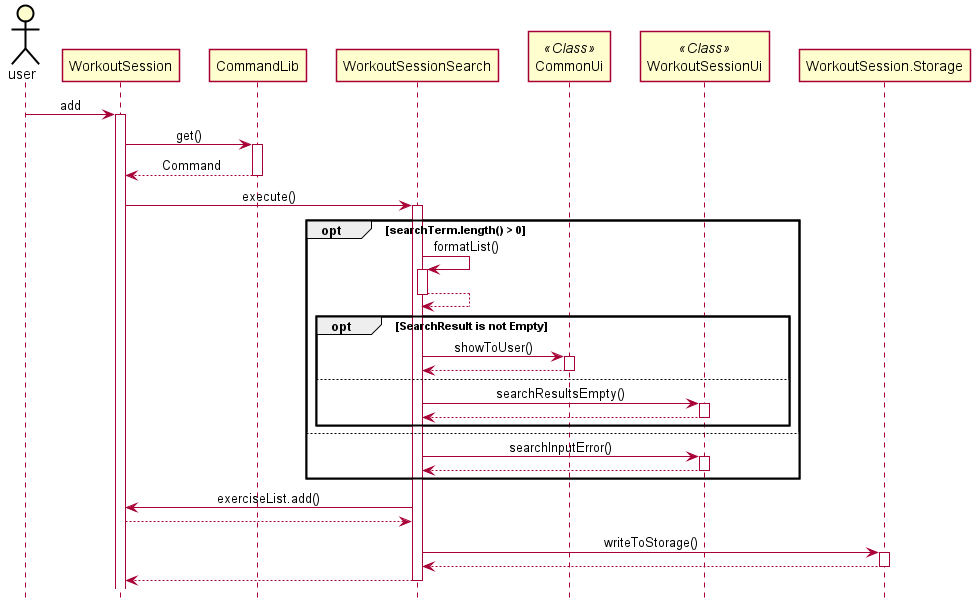
Above: docs/pictures/jinyang/WorkoutSessionSearch.png in zsk612/tp (PlantUML), before the change. Its diagram source:
```plantuml
@startuml





skinparam Class {
    FontColor #FFFFFF
    BorderThickness 1
    BorderColor #FFFFFF
    StereotypeFontColor #FFFFFF
    FontName Arial
}

skinparam Actor {
    BorderColor #000000
    Color #000000
    FontName Arial
}

skinparam Sequence {
    MessageAlign center
    BoxFontSize 13
    BoxPadding 0
    BoxFontColor #FFFFFF
    FontName Arial
}

skinparam Participant {
    Padding 20
}

skinparam MinClassWidth 50
skinparam ParticipantPadding 10
skinparam Shadowing false
skinparam DefaultTextAlignment center
skinparam packageStyle Rectangle
skinparam BackgroundColor #FFFFFFF

hide footbox
hide members
hide circle

actor user
user -> WorkoutSession : add
activate WorkoutSession

WorkoutSession -> CommandLib : get()
activate CommandLib
CommandLib --> WorkoutSession : Command
deactivate CommandLib

WorkoutSession -> WorkoutSessionSearch : execute()
activate WorkoutSessionSearch

opt searchTerm.length() > 0
    WorkoutSessionSearch -> WorkoutSessionSearch : formatList()
    activate WorkoutSessionSearch
    WorkoutSessionSearch --> WorkoutSessionSearch
    deactivate WorkoutSessionSearch
    opt SearchResult is not Empty
        participant CommonUi << Class >>
        WorkoutSessionSearch -> CommonUi : showToUser()
        activate CommonUi
        CommonUi --> WorkoutSessionSearch
        deactivate CommonUi
    else
        participant WorkoutSessionUi << Class >>
        WorkoutSessionSearch -> WorkoutSessionUi : searchResultsEmpty()
        activate WorkoutSessionUi
        WorkoutSessionUi --> WorkoutSessionSearch
        deactivate WorkoutSessionUi
    end
else
    participant WorkoutSessionUi << Class >>
    WorkoutSessionSearch -> WorkoutSessionUi : searchInputError()
    activate WorkoutSessionUi
    WorkoutSessionUi --> WorkoutSessionSearch
    deactivate WorkoutSessionUi
end

WorkoutSessionSearch-> WorkoutSession : exerciseList.add()
WorkoutSession --> WorkoutSessionSearch
WorkoutSessionSearch -> WorkoutSession.Storage : writeToStorage()
activate WorkoutSession.Storage
WorkoutSession.Storage --> WorkoutSessionSearch
deactivate WorkoutSession.Storage

WorkoutSessionSearch --> WorkoutSession
deactivate WorkoutSessionSearch
@enduml
```
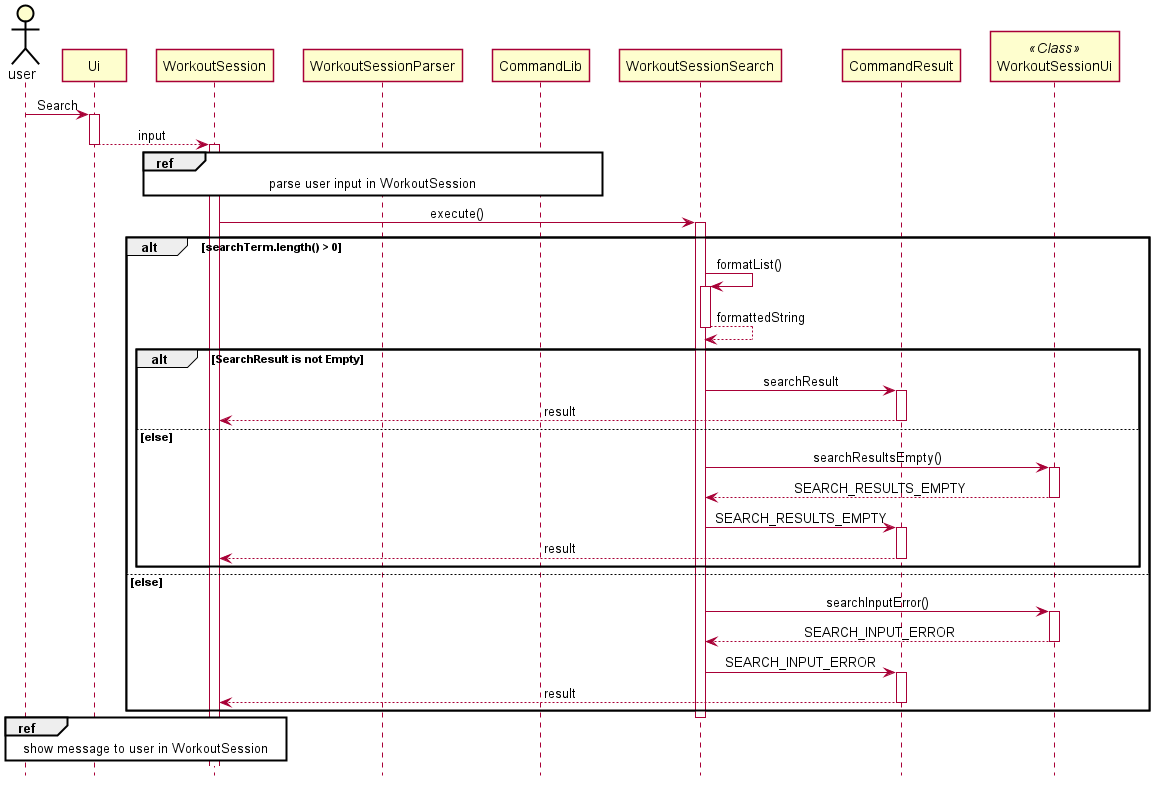
The same file after the commit.

The edit, as a diff of the source:
```diff
@@ -42,50 +42,49 @@
 hide circle
 
 actor user
-user -> WorkoutSession : add
+user -> Ui++ : Search
+Ui --> WorkoutSession -- : input
+
 activate WorkoutSession
 
-WorkoutSession -> CommandLib : get()
-activate CommandLib
-CommandLib --> WorkoutSession : Command
-deactivate CommandLib
+ref over WorkoutSession, WorkoutSessionParser, CommandLib: parse user input in WorkoutSession
 
 WorkoutSession -> WorkoutSessionSearch : execute()
 activate WorkoutSessionSearch
 
-opt searchTerm.length() > 0
+alt searchTerm.length() > 0
     WorkoutSessionSearch -> WorkoutSessionSearch : formatList()
     activate WorkoutSessionSearch
-    WorkoutSessionSearch --> WorkoutSessionSearch
+    WorkoutSessionSearch --> WorkoutSessionSearch : formattedString
     deactivate WorkoutSessionSearch
-    opt SearchResult is not Empty
-        participant CommonUi << Class >>
-        WorkoutSessionSearch -> CommonUi : showToUser()
-        activate CommonUi
-        CommonUi --> WorkoutSessionSearch
-        deactivate CommonUi
-    else
+    alt SearchResult is not Empty
+        WorkoutSessionSearch -> CommandResult ++ : searchResult
+        CommandResult --> WorkoutSession -- : result
+
+    else else
         participant WorkoutSessionUi << Class >>
         WorkoutSessionSearch -> WorkoutSessionUi : searchResultsEmpty()
         activate WorkoutSessionUi
-        WorkoutSessionUi --> WorkoutSessionSearch
+        WorkoutSessionUi --> WorkoutSessionSearch : SEARCH_RESULTS_EMPTY
         deactivate WorkoutSessionUi
+        WorkoutSessionSearch -> CommandResult ++ : SEARCH_RESULTS_EMPTY
+        CommandResult --> WorkoutSession -- : result
     end
-else
+else else
     participant WorkoutSessionUi << Class >>
     WorkoutSessionSearch -> WorkoutSessionUi : searchInputError()
     activate WorkoutSessionUi
-    WorkoutSessionUi --> WorkoutSessionSearch
+    WorkoutSessionUi --> WorkoutSessionSearch : SEARCH_INPUT_ERROR
     deactivate WorkoutSessionUi
+    WorkoutSessionSearch -> CommandResult ++ : SEARCH_INPUT_ERROR
+    CommandResult --> WorkoutSession -- : result
 end
 
-WorkoutSessionSearch-> WorkoutSession : exerciseList.add()
-WorkoutSession --> WorkoutSessionSearch
-WorkoutSessionSearch -> WorkoutSession.Storage : writeToStorage()
-activate WorkoutSession.Storage
-WorkoutSession.Storage --> WorkoutSessionSearch
-deactivate WorkoutSession.Storage
 
-WorkoutSessionSearch --> WorkoutSession
 deactivate WorkoutSessionSearch
+
+ref over WorkoutSession, Ui, user: show message to user in WorkoutSession
+
+
+
 @enduml
```
